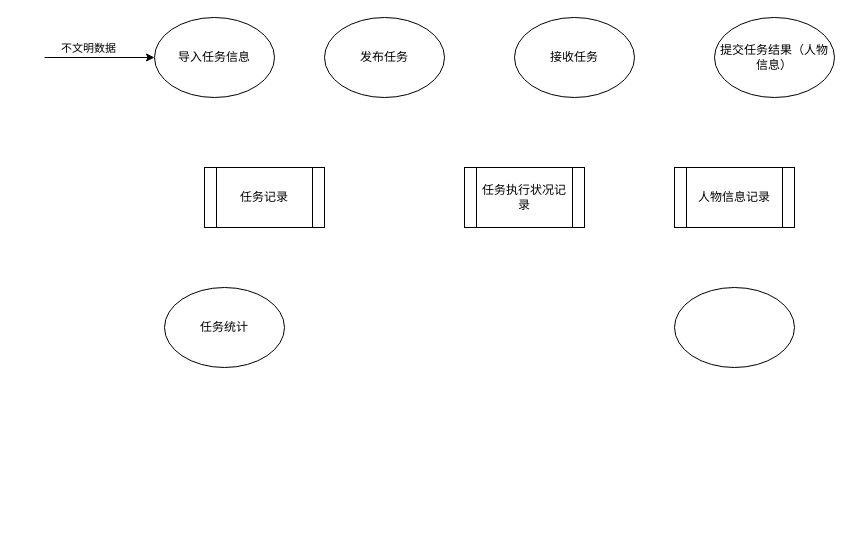
Earlier version of the draw.io diagram 工作流程.drawio (SSSSiren/Photos). Source tidied: cells renumbered, new cells numbered last; positions are measured from the earlier drawing's top-left corner, leaving out a move shared by most shapes. Both pictures are drawn from the tidied source at 100%, with x=0, y=0 at pixel (44, 17).
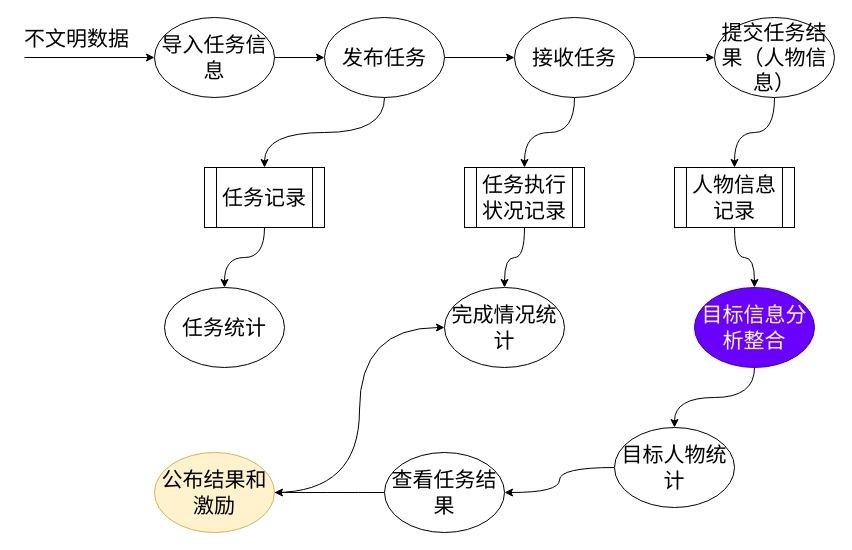
The same diagram, later.

Commit message (it also covers changes not shown here):
更新工作流程.drawio

The edit, as a diff of the source:
```diff
@@
+    <mxCell id="13" style="edgeStyle=orthogonalEdgeStyle;rounded=0;jettySize=auto;html=1;entryX=0;entryY=0.5;entryDx=0;entryDy=0;fontSize=21;" parent="1" edge="1" source="2" target="5">
+      <mxGeometry relative="1" as="geometry" />
+    </mxCell>
-    <mxCell id="2" value="导入任务信息" style="ellipse;whiteSpace=wrap;html=1;" parent="1" vertex="1">
+    <mxCell id="2" value="导入任务信息" style="ellipse;whiteSpace=wrap;html=1;fontSize=21;" parent="1" vertex="1">
       <mxGeometry x="110" width="120" height="80" as="geometry" />
     </mxCell>
-    <mxCell id="3" style="endArrow=classic;html=1;rounded=0;entryX=0;entryY=0.5;entryDx=0;entryDy=0;" parent="1" edge="1" target="2">
+    <mxCell id="3" style="endArrow=classic;html=1;rounded=0;entryX=0;entryY=0.5;entryDx=0;entryDy=0;fontSize=21;" parent="1" edge="1" target="2">
       <mxGeometry relative="1" as="geometry">
-        <mxPoint y="40" as="sourcePoint" />
+        <mxPoint x="-20" y="40" as="sourcePoint" />
       </mxGeometry>
     </mxCell>
-    <mxCell id="4" value="不文明数据" style="edgeLabel;html=1;align=center;verticalAlign=middle;" parent="3" vertex="1">
+    <mxCell id="4" value="不文明数据" style="edgeLabel;html=1;align=center;verticalAlign=middle;fontSize=21;" parent="3" vertex="1">
       <mxGeometry x="-0.21" y="-2" relative="1" as="geometry">
-        <mxPoint y="-12" as="offset" />
+        <mxPoint y="-22" as="offset" />
       </mxGeometry>
     </mxCell>
+    <mxCell id="14" style="edgeStyle=orthogonalEdgeStyle;rounded=0;jettySize=auto;html=1;fontSize=21;" parent="1" edge="1" source="5" target="8">
+      <mxGeometry relative="1" as="geometry" />
+    </mxCell>
+    <mxCell id="15" style="edgeStyle=orthogonalEdgeStyle;rounded=0;jettySize=auto;html=1;entryX=0.5;entryY=0;entryDx=0;entryDy=0;curved=1;fontSize=21;" parent="1" edge="1" source="5" target="6">
+      <mxGeometry relative="1" as="geometry" />
+    </mxCell>
-    <mxCell id="5" value="发布任务" style="ellipse;whiteSpace=wrap;html=1;" parent="1" vertex="1">
+    <mxCell id="5" value="发布任务" style="ellipse;whiteSpace=wrap;html=1;fontSize=21;" parent="1" vertex="1">
       <mxGeometry x="280" width="120" height="80" as="geometry" />
     </mxCell>
+    <mxCell id="16" style="edgeStyle=orthogonalEdgeStyle;rounded=0;jettySize=auto;html=1;curved=1;fontSize=21;" parent="1" edge="1" source="6" target="12">
+      <mxGeometry relative="1" as="geometry" />
+    </mxCell>
-    <mxCell id="6" value="任务记录" style="shape=process;whiteSpace=wrap;html=1;backgroundOutline=1;" parent="1" vertex="1">
+    <mxCell id="6" value="任务记录" style="shape=process;whiteSpace=wrap;html=1;backgroundOutline=1;fontSize=21;" parent="1" vertex="1">
       <mxGeometry x="160" y="150" width="120" height="60" as="geometry" />
     </mxCell>
+    <mxCell id="17" style="edgeStyle=orthogonalEdgeStyle;rounded=0;jettySize=auto;html=1;curved=1;fontSize=21;" parent="1" edge="1" source="7" target="11">
+      <mxGeometry relative="1" as="geometry" />
+    </mxCell>
-    <mxCell id="7" value="任务执行状况记录" style="shape=process;whiteSpace=wrap;html=1;backgroundOutline=1;" parent="1" vertex="1">
+    <mxCell id="7" value="任务执行状况记录" style="shape=process;whiteSpace=wrap;html=1;backgroundOutline=1;fontSize=21;" parent="1" vertex="1">
       <mxGeometry x="420" y="150" width="120" height="60" as="geometry" />
     </mxCell>
+    <mxCell id="18" style="edgeStyle=orthogonalEdgeStyle;rounded=0;jettySize=auto;html=1;curved=1;fontSize=21;" parent="1" edge="1" source="8" target="7">
+      <mxGeometry relative="1" as="geometry" />
+    </mxCell>
+    <mxCell id="19" style="edgeStyle=orthogonalEdgeStyle;rounded=0;jettySize=auto;html=1;fontSize=21;" parent="1" edge="1" source="8" target="10">
+      <mxGeometry relative="1" as="geometry" />
+    </mxCell>
-    <mxCell id="8" value="接收任务" style="ellipse;whiteSpace=wrap;html=1;" parent="1" vertex="1">
+    <mxCell id="8" value="接收任务" style="ellipse;whiteSpace=wrap;html=1;fontSize=21;" parent="1" vertex="1">
       <mxGeometry x="470" width="120" height="80" as="geometry" />
     </mxCell>
+    <mxCell id="20" style="edgeStyle=orthogonalEdgeStyle;rounded=0;jettySize=auto;html=1;curved=1;fontSize=21;" parent="1" edge="1" source="9" target="23">
+      <mxGeometry relative="1" as="geometry" />
+    </mxCell>
-    <mxCell id="9" value="人物信息记录" style="shape=process;whiteSpace=wrap;html=1;backgroundOutline=1;" parent="1" vertex="1">
+    <mxCell id="9" value="人物信息记录" style="shape=process;whiteSpace=wrap;html=1;backgroundOutline=1;fontSize=21;" parent="1" vertex="1">
       <mxGeometry x="630" y="150" width="120" height="60" as="geometry" />
     </mxCell>
+    <mxCell id="21" style="edgeStyle=orthogonalEdgeStyle;rounded=0;jettySize=auto;html=1;curved=1;fontSize=21;" parent="1" edge="1" source="10" target="9">
+      <mxGeometry relative="1" as="geometry" />
+    </mxCell>
-    <mxCell id="10" value="提交任务结果（人物信息）" style="ellipse;whiteSpace=wrap;html=1;" parent="1" vertex="1">
+    <mxCell id="10" value="提交任务结果（人物信息）" style="ellipse;whiteSpace=wrap;html=1;fontSize=21;" parent="1" vertex="1">
       <mxGeometry x="670" width="120" height="80" as="geometry" />
     </mxCell>
-    <mxCell id="11" style="ellipse;whiteSpace=wrap;html=1;" parent="1" vertex="1">
-      <mxGeometry x="630" y="270" width="120" height="80" as="geometry" />
+    <mxCell id="11" value="完成情况统计" style="ellipse;whiteSpace=wrap;html=1;fontSize=21;" parent="1" vertex="1">
+      <mxGeometry x="400" y="270" width="120" height="80" as="geometry" />
     </mxCell>
-    <mxCell id="12" value="任务统计" style="ellipse;whiteSpace=wrap;html=1;" parent="1" vertex="1">
+    <mxCell id="12" value="任务统计" style="ellipse;whiteSpace=wrap;html=1;fontSize=21;" parent="1" vertex="1">
       <mxGeometry x="120" y="270" width="120" height="80" as="geometry" />
     </mxCell>
+    <mxCell id="22" style="edgeStyle=orthogonalEdgeStyle;rounded=0;jettySize=auto;html=1;curved=1;fontSize=21;" parent="1" edge="1" source="23" target="25">
+      <mxGeometry relative="1" as="geometry" />
+    </mxCell>
+    <mxCell id="23" value="目标信息分析整合" style="ellipse;whiteSpace=wrap;html=1;fontSize=21;fillColor=#6a00ff;strokeColor=#3700CC;fontColor=#ffffff;" parent="1" vertex="1">
+      <mxGeometry x="650" y="270" width="120" height="80" as="geometry" />
+    </mxCell>
+    <mxCell id="24" style="edgeStyle=orthogonalEdgeStyle;rounded=0;jettySize=auto;html=1;curved=1;fontSize=21;" parent="1" edge="1" source="25" target="27">
+      <mxGeometry relative="1" as="geometry" />
+    </mxCell>
+    <mxCell id="25" value="目标人物统计" style="ellipse;whiteSpace=wrap;html=1;fontSize=21;" parent="1" vertex="1">
+      <mxGeometry x="570" y="410" width="120" height="80" as="geometry" />
+    </mxCell>
+    <mxCell id="26" style="edgeStyle=orthogonalEdgeStyle;rounded=0;jettySize=auto;html=1;entryX=1;entryY=0.5;entryDx=0;entryDy=0;curved=1;fontSize=21;" parent="1" edge="1" source="27" target="29">
+      <mxGeometry relative="1" as="geometry" />
+    </mxCell>
+    <mxCell id="27" value="查看任务结果" style="ellipse;whiteSpace=wrap;html=1;fontSize=21;" parent="1" vertex="1">
+      <mxGeometry x="340" y="435" width="120" height="80" as="geometry" />
+    </mxCell>
+    <mxCell id="28" style="edgeStyle=orthogonalEdgeStyle;rounded=0;jettySize=auto;html=1;entryX=0;entryY=0.5;entryDx=0;entryDy=0;curved=1;fontSize=21;" parent="1" edge="1" source="29" target="11">
+      <mxGeometry relative="1" as="geometry" />
+    </mxCell>
+    <mxCell id="29" value="公布结果和激励" style="ellipse;whiteSpace=wrap;html=1;fontSize=21;fillColor=#fff2cc;strokeColor=#d6b656;" parent="1" vertex="1">
+      <mxGeometry x="110" y="435" width="120" height="80" as="geometry" />
+    </mxCell>
```
